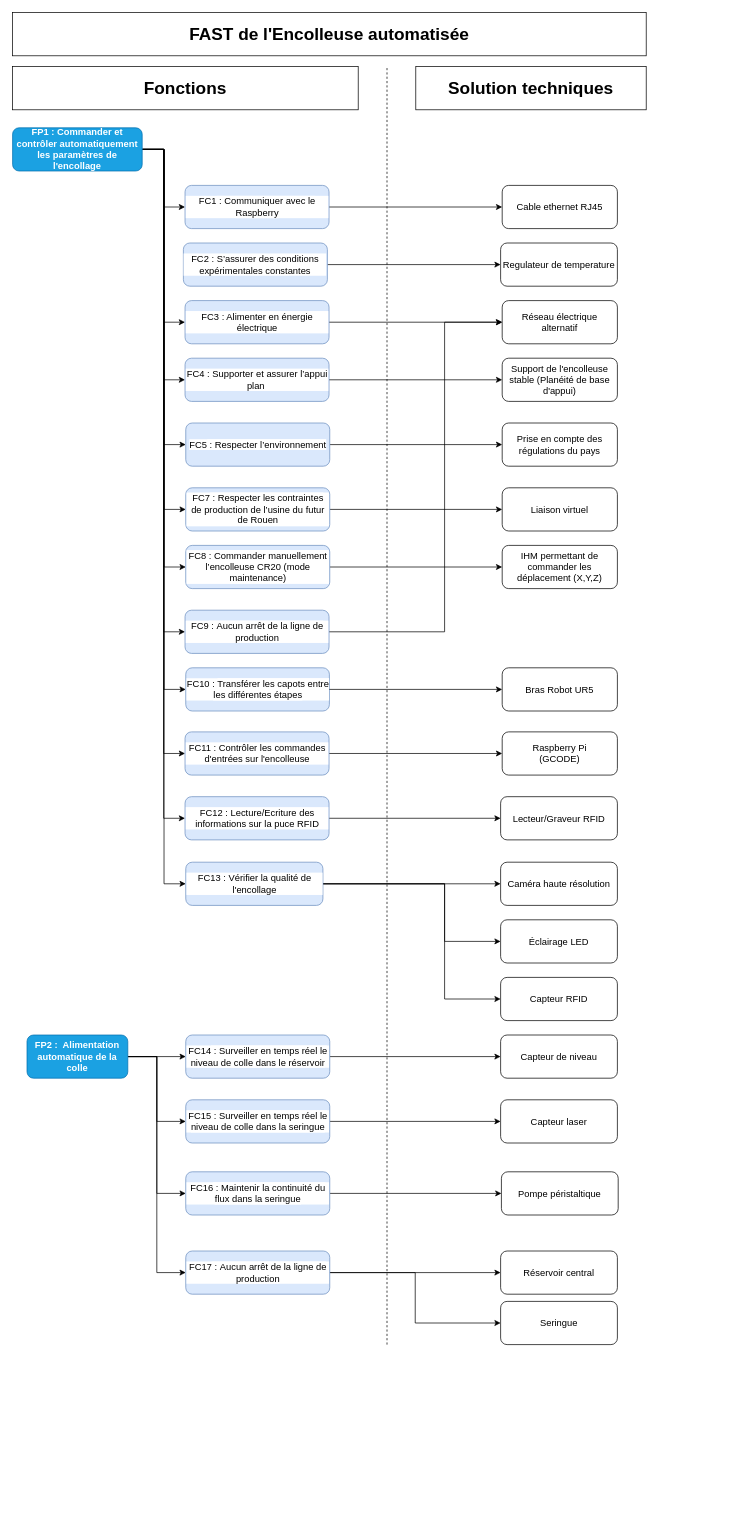
Before: FAST DIAGRAM/Diagramme_FAST.drawio in CharifMah/Systemes_automatises, a draw.io diagram. Source tidied: cells renumbered, new cells numbered last; positions are measured from the earlier drawing's top-left corner, leaving out a move shared by most shapes. Both pictures are drawn from the tidied source at 72%, with x=0, y=0 at pixel (12, 12).
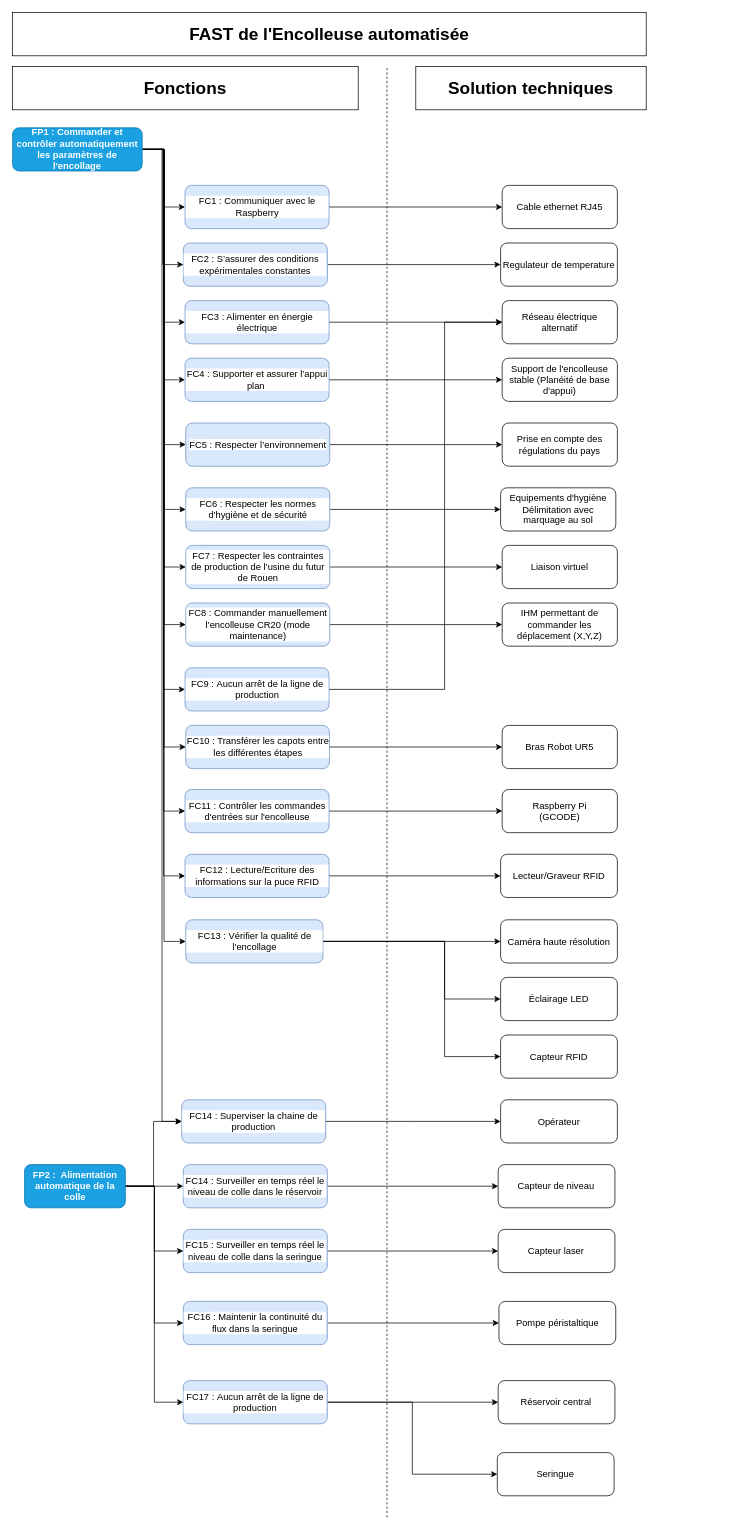
After the change.

Commit message (it also covers changes not shown here):
Mettre à jour Diagramme_FAST.drawio

The change refers to these unchanged cells:
```xml
<mxCell id="5" value="&lt;font&gt;FC2 :&amp;nbsp;S’assurer des conditions expérimentales constantes&lt;/font&gt;" style="rounded=1;whiteSpace=wrap;html=1;labelBackgroundColor=default;labelBorderColor=none;textShadow=0;fillColor=#dae8fc;strokeColor=#6c8ebf;fontFamily=Helvetica;fontSize=13;fontStyle=0;" parent="1" vertex="1">
  <mxGeometry x="237.2" y="320" width="200" height="60" as="geometry" />
</mxCell>
<mxCell id="17" value="&lt;span&gt;&lt;font style=&quot;color: light-dark(rgb(255, 255, 255), rgb(0, 0, 0));&quot;&gt;FP1 : Commander et contrôler automatiquement les paramètres de l'encollage&lt;/font&gt;&lt;/span&gt;" style="rounded=1;whiteSpace=wrap;html=1;fillColor=#1ba1e2;fontColor=#ffffff;strokeColor=#006EAF;fontFamily=Helvetica;fontSize=13;fontStyle=1;" parent="1" vertex="1">
  <mxGeometry y="160" width="180" height="60" as="geometry" />
</mxCell>
<mxCell id="43" value="Réseau électrique alternatif" style="rounded=1;whiteSpace=wrap;html=1;fontSize=13;fontStyle=0;" parent="1" vertex="1">
  <mxGeometry x="680" y="400" width="160" height="60" as="geometry" />
</mxCell>
```

Change to the diagram source:
```diff
@@
     <mxCell id="3" value="&lt;span&gt;FC11 : Contrôler les commandes d'entrées sur l'encolleuse&lt;/span&gt;" style="rounded=1;whiteSpace=wrap;html=1;labelBackgroundColor=default;labelBorderColor=none;textShadow=0;fillColor=#dae8fc;strokeColor=#6c8ebf;fontFamily=Helvetica;fontSize=13;fontStyle=0;" parent="1" vertex="1">
-      <mxGeometry x="239.5" y="999" width="200" height="60" as="geometry" />
+      <mxGeometry x="239.5" y="1079" width="200" height="60" as="geometry" />
     </mxCell>
@@
+    <mxCell id="77" style="edgeStyle=orthogonalEdgeStyle;rounded=0;jettySize=auto;html=1;entryX=0;entryY=0.5;entryDx=0;entryDy=0;" parent="1" edge="1" source="17" target="82">
+      <mxGeometry relative="1" as="geometry" />
+    </mxCell>
+    <mxCell id="78" style="edgeStyle=orthogonalEdgeStyle;rounded=0;jettySize=auto;html=1;entryX=0;entryY=0.5;entryDx=0;entryDy=0;" parent="1" edge="1" source="17" target="5">
+      <mxGeometry relative="1" as="geometry" />
+    </mxCell>
+    <mxCell id="79" style="edgeStyle=orthogonalEdgeStyle;rounded=0;jettySize=auto;html=1;entryX=0;entryY=0.5;entryDx=0;entryDy=0;" parent="1" edge="1" source="17" target="85">
+      <mxGeometry relative="1" as="geometry" />
+    </mxCell>
@@
     <mxCell id="21" value="Raspberry Pi&lt;div&gt;(GCODE)&lt;/div&gt;" style="rounded=1;whiteSpace=wrap;html=1;fontFamily=Helvetica;fontSize=13;fontStyle=0;" parent="1" vertex="1">
-      <mxGeometry x="680" y="999" width="160" height="60" as="geometry" />
+      <mxGeometry x="680" y="1079" width="160" height="60" as="geometry" />
     </mxCell>
     <mxCell id="22" value="Capteur de niveau" style="rounded=1;whiteSpace=wrap;html=1;fontFamily=Helvetica;fontSize=13;" parent="1" vertex="1">
-      <mxGeometry x="677.8" y="1420" width="162.2" height="60" as="geometry" />
+      <mxGeometry x="674.4" y="1600" width="162.2" height="60" as="geometry" />
     </mxCell>
@@
     <mxCell id="24" value="Bras Robot UR5" style="rounded=1;whiteSpace=wrap;html=1;fontFamily=Helvetica;fontSize=13;fontStyle=0;" parent="1" vertex="1">
-      <mxGeometry x="680" y="910" width="160" height="60" as="geometry" />
+      <mxGeometry x="680" y="990" width="160" height="60" as="geometry" />
     </mxCell>
     <mxCell id="25" value="Réservoir central" style="rounded=1;whiteSpace=wrap;html=1;fontFamily=Helvetica;fontSize=13;" parent="1" vertex="1">
-      <mxGeometry x="677.8" y="1720" width="162.2" height="60" as="geometry" />
+      <mxGeometry x="674.4" y="1900" width="162.2" height="60" as="geometry" />
     </mxCell>
     <mxCell id="26" value="Pompe péristaltique" style="rounded=1;whiteSpace=wrap;html=1;fontFamily=Helvetica;fontSize=13;" parent="1" vertex="1">
-      <mxGeometry x="678.9" y="1610" width="162.2" height="60" as="geometry" />
+      <mxGeometry x="675.5" y="1790" width="162.2" height="60" as="geometry" />
     </mxCell>
@@
     <mxCell id="28" style="edgeStyle=orthogonalEdgeStyle;rounded=0;jettySize=auto;html=1;entryX=0;entryY=0.5;entryDx=0;entryDy=0;fontFamily=Helvetica;fontSize=13;fontStyle=0;" parent="1" edge="1" source="30" target="32">
       <mxGeometry relative="1" as="geometry">
         <Array as="points">
-          <mxPoint x="600" y="1210" />
           <mxPoint x="600" y="1290" />
+          <mxPoint x="600" y="1370" />
         </Array>
       </mxGeometry>
     </mxCell>
     <mxCell id="29" style="edgeStyle=orthogonalEdgeStyle;rounded=0;jettySize=auto;html=1;entryX=0;entryY=0.5;entryDx=0;entryDy=0;fontSize=13;fontStyle=0;" parent="1" edge="1" source="30" target="65">
       <mxGeometry relative="1" as="geometry">
         <Array as="points">
-          <mxPoint x="600" y="1210" />
-          <mxPoint x="600" y="1370" />
+          <mxPoint x="600" y="1290" />
+          <mxPoint x="600" y="1450" />
         </Array>
       </mxGeometry>
     </mxCell>
     <mxCell id="30" value="&lt;span&gt;FC13 : Vérifier la qualité de l'encollage&lt;/span&gt;" style="rounded=1;whiteSpace=wrap;html=1;labelBackgroundColor=default;labelBorderColor=none;textShadow=0;fillColor=#dae8fc;strokeColor=#6c8ebf;fontFamily=Helvetica;fontSize=13;fontStyle=0;" parent="1" vertex="1">
-      <mxGeometry x="240.5" y="1180" width="190.5" height="60" as="geometry" />
+      <mxGeometry x="240.5" y="1260" width="190.5" height="60" as="geometry" />
     </mxCell>
     <mxCell id="31" value="Caméra haute résolution" style="rounded=1;whiteSpace=wrap;html=1;fontFamily=Helvetica;fontSize=13;fontStyle=0;" parent="1" vertex="1">
-      <mxGeometry x="677.8" y="1180" width="162.2" height="60" as="geometry" />
+      <mxGeometry x="677.8" y="1260" width="162.2" height="60" as="geometry" />
     </mxCell>
     <mxCell id="32" value="Éclairage LED" style="rounded=1;whiteSpace=wrap;html=1;fontFamily=Helvetica;fontSize=13;fontStyle=0;" parent="1" vertex="1">
-      <mxGeometry x="677.8" y="1260" width="162.2" height="60" as="geometry" />
+      <mxGeometry x="677.8" y="1340" width="162.2" height="60" as="geometry" />
     </mxCell>
@@
+    <mxCell id="80" style="edgeStyle=orthogonalEdgeStyle;rounded=0;jettySize=auto;html=1;entryX=0;entryY=0.5;entryDx=0;entryDy=0;" parent="1" edge="1" source="37" target="85">
+      <mxGeometry relative="1" as="geometry" />
+    </mxCell>
     <mxCell id="37" value="&lt;span&gt;&lt;font style=&quot;color: rgb(255, 255, 255);&quot;&gt;FP2 :&amp;nbsp; Alimentation automatique de la colle&lt;/font&gt;&lt;/span&gt;" style="rounded=1;whiteSpace=wrap;html=1;fillColor=#1ba1e2;fontColor=#ffffff;strokeColor=#006EAF;fontFamily=Helvetica;fontSize=13;fontStyle=1;" parent="1" vertex="1">
-      <mxGeometry x="20" y="1420" width="140" height="60" as="geometry" />
+      <mxGeometry x="16.6" y="1600" width="140" height="60" as="geometry" />
     </mxCell>
@@
     <mxCell id="44" value="&lt;font&gt;FC10 :&amp;nbsp;&lt;/font&gt;&lt;span style=&quot;background-color: light-dark(#ffffff, var(--ge-dark-color, #121212)); color: light-dark(rgb(0, 0, 0), rgb(255, 255, 255));&quot;&gt;Transférer les capots entre les différentes étapes&lt;/span&gt;" style="rounded=1;whiteSpace=wrap;html=1;labelBackgroundColor=default;labelBorderColor=none;textShadow=0;fillColor=#dae8fc;strokeColor=#6c8ebf;fontFamily=Helvetica;fontSize=13;fontStyle=0;" parent="1" vertex="1">
-      <mxGeometry x="240.5" y="910" width="199.5" height="60" as="geometry" />
+      <mxGeometry x="240.5" y="990" width="199.5" height="60" as="geometry" />
     </mxCell>
@@
     <mxCell id="53" value="&lt;div&gt;&lt;font&gt;FC7&lt;/font&gt;&lt;span style=&quot;color: light-dark(rgb(0, 0, 0), rgb(255, 255, 255)); background-color: light-dark(#ffffff, var(--ge-dark-color, #121212));&quot;&gt;&amp;nbsp;:&amp;nbsp;&lt;/span&gt;&lt;span style=&quot;color: light-dark(rgb(0, 0, 0), rgb(255, 255, 255)); background-color: light-dark(#ffffff, var(--ge-dark-color, #121212));&quot;&gt;Respecter les contraintes de production de l’usine du futur de Rouen&lt;/span&gt;&lt;/div&gt;" style="rounded=1;whiteSpace=wrap;html=1;labelBackgroundColor=default;labelBorderColor=none;textShadow=0;fillColor=#dae8fc;strokeColor=#6c8ebf;fontFamily=Helvetica;fontSize=13;fontStyle=0;" parent="1" vertex="1">
-      <mxGeometry x="240.5" y="660" width="200" height="60" as="geometry" />
+      <mxGeometry x="240.5" y="740" width="200" height="60" as="geometry" />
     </mxCell>
     <mxCell id="54" value="Liaison virtuel" style="rounded=1;whiteSpace=wrap;html=1;fontSize=13;fontStyle=0;" parent="1" vertex="1">
-      <mxGeometry x="680" y="660" width="160" height="60" as="geometry" />
+      <mxGeometry x="680" y="740" width="160" height="60" as="geometry" />
     </mxCell>
@@
     <mxCell id="56" value="&lt;div&gt;&lt;font&gt;FC8&lt;/font&gt;&lt;span style=&quot;background-color: light-dark(#ffffff, var(--ge-dark-color, #121212)); color: light-dark(rgb(0, 0, 0), rgb(255, 255, 255));&quot;&gt;&amp;nbsp;:&amp;nbsp;&lt;/span&gt;&lt;span style=&quot;background-color: light-dark(#ffffff, var(--ge-dark-color, #121212));&quot;&gt;Commander manuellement l’encolleuse CR20 (mode maintenance)&lt;/span&gt;&lt;/div&gt;" style="rounded=1;whiteSpace=wrap;html=1;labelBackgroundColor=default;labelBorderColor=none;textShadow=0;fillColor=#dae8fc;strokeColor=#6c8ebf;fontFamily=Helvetica;fontSize=13;fontStyle=0;" parent="1" vertex="1">
-      <mxGeometry x="240.5" y="740" width="200" height="60" as="geometry" />
+      <mxGeometry x="240.5" y="820" width="200" height="60" as="geometry" />
     </mxCell>
     <mxCell id="57" value="IHM permettant de commander les déplacement (X,Y,Z)" style="rounded=1;whiteSpace=wrap;html=1;fontFamily=Helvetica;fontSize=13;fontStyle=0;" parent="1" vertex="1">
-      <mxGeometry x="680" y="740" width="160" height="60" as="geometry" />
+      <mxGeometry x="680" y="820" width="160" height="60" as="geometry" />
     </mxCell>
     <mxCell id="58" style="edgeStyle=orthogonalEdgeStyle;rounded=0;jettySize=auto;html=1;entryX=0;entryY=0.5;entryDx=0;entryDy=0;exitX=1;exitY=0.5;exitDx=0;exitDy=0;fontSize=13;fontStyle=0;" parent="1" edge="1" source="59" target="43">
       <mxGeometry relative="1" as="geometry">
         <Array as="points">
-          <mxPoint x="600" y="860" />
+          <mxPoint x="600" y="940" />
           <mxPoint x="600" y="430" />
         </Array>
       </mxGeometry>
     </mxCell>
     <mxCell id="59" value="&lt;div&gt;&lt;font&gt;FC9&lt;/font&gt;&lt;span style=&quot;color: light-dark(rgb(0, 0, 0), rgb(255, 255, 255)); background-color: light-dark(#ffffff, var(--ge-dark-color, #121212));&quot;&gt;&amp;nbsp;:&amp;nbsp;&lt;/span&gt;&lt;span style=&quot;color: light-dark(rgb(0, 0, 0), rgb(255, 255, 255)); background-color: light-dark(#ffffff, var(--ge-dark-color, #121212));&quot;&gt;Aucun arrêt de la ligne de production&lt;/span&gt;&lt;/div&gt;" style="rounded=1;whiteSpace=wrap;html=1;labelBackgroundColor=default;labelBorderColor=none;textShadow=0;fillColor=#dae8fc;strokeColor=#6c8ebf;fontFamily=Helvetica;fontSize=13;fontStyle=0;" parent="1" vertex="1">
-      <mxGeometry x="239.5" y="830" width="200" height="60" as="geometry" />
+      <mxGeometry x="239.5" y="910" width="200" height="60" as="geometry" />
     </mxCell>
@@
-    <mxCell id="61" style="edgeStyle=orthogonalEdgeStyle;rounded=0;jettySize=auto;html=1;entryX=0;entryY=0.5;entryDx=0;entryDy=0;fontSize=13;" parent="1" edge="1" source="62" target="63">
+    <mxCell id="61" style="edgeStyle=orthogonalEdgeStyle;rounded=0;jettySize=auto;html=1;entryX=0;entryY=0.5;entryDx=0;entryDy=0;" parent="1" edge="1" source="62" target="63">
       <mxGeometry relative="1" as="geometry" />
     </mxCell>
     <mxCell id="62" value="&lt;div&gt;&lt;font&gt;FC17&lt;/font&gt;&lt;span style=&quot;color: light-dark(rgb(0, 0, 0), rgb(255, 255, 255)); background-color: light-dark(#ffffff, var(--ge-dark-color, #121212));&quot;&gt;&amp;nbsp;:&amp;nbsp;&lt;/span&gt;&lt;span style=&quot;color: light-dark(rgb(0, 0, 0), rgb(255, 255, 255)); background-color: light-dark(#ffffff, var(--ge-dark-color, #121212));&quot;&gt;Aucun arrêt de la ligne de production&lt;/span&gt;&lt;/div&gt;" style="rounded=1;whiteSpace=wrap;html=1;labelBackgroundColor=default;labelBorderColor=none;textShadow=0;fillColor=#dae8fc;strokeColor=#6c8ebf;fontFamily=Helvetica;fontSize=13;" parent="1" vertex="1">
-      <mxGeometry x="240.5" y="1720" width="200" height="60" as="geometry" />
+      <mxGeometry x="237.1" y="1900" width="200" height="60" as="geometry" />
     </mxCell>
     <mxCell id="63" value="Seringue" style="rounded=1;whiteSpace=wrap;html=1;fontFamily=Helvetica;fontSize=13;" parent="1" vertex="1">
-      <mxGeometry x="677.8" y="1790" width="162.2" height="60" as="geometry" />
+      <mxGeometry x="673.2" y="2000" width="162.2" height="60" as="geometry" />
     </mxCell>
     <mxCell id="64" style="endArrow=none;html=1;rounded=0;dashed=1;" parent="1" edge="1">
       <mxGeometry relative="1" as="geometry">
-        <mxPoint x="520" y="1850" as="sourcePoint" />
+        <mxPoint x="520" y="2090" as="sourcePoint" />
         <mxPoint x="520" y="75" as="targetPoint" />
       </mxGeometry>
     </mxCell>
     <mxCell id="65" value="Capteur RFID" style="rounded=1;whiteSpace=wrap;html=1;fontFamily=Helvetica;fontSize=13;fontStyle=0;" parent="1" vertex="1">
-      <mxGeometry x="677.8" y="1340" width="162.2" height="60" as="geometry" />
+      <mxGeometry x="677.8" y="1420" width="162.2" height="60" as="geometry" />
     </mxCell>
@@
     <mxCell id="68" value="&lt;span&gt;FC12 : Lecture/Ecriture&amp;nbsp;&lt;/span&gt;&lt;span lang=&quot;FR&quot; style=&quot;font-family: Calibri, sans-serif;&quot;&gt;des informations&amp;nbsp;&lt;/span&gt;&lt;span&gt;sur la puce RFID&lt;/span&gt;" style="rounded=1;whiteSpace=wrap;html=1;labelBackgroundColor=default;labelBorderColor=none;textShadow=0;fillColor=#dae8fc;strokeColor=#6c8ebf;fontFamily=Helvetica;fontSize=13;fontStyle=0;" parent="1" vertex="1">
-      <mxGeometry x="239.5" y="1089" width="200" height="60" as="geometry" />
+      <mxGeometry x="239.5" y="1169" width="200" height="60" as="geometry" />
     </mxCell>
     <mxCell id="69" value="Lecteur/Graveur RFID" style="rounded=1;whiteSpace=wrap;html=1;labelBackgroundColor=default;labelBorderColor=none;textShadow=0;fontFamily=Helvetica;fontSize=13;fontStyle=0;" parent="1" vertex="1">
-      <mxGeometry x="677.8" y="1089" width="162.2" height="60" as="geometry" />
+      <mxGeometry x="677.8" y="1169" width="162.2" height="60" as="geometry" />
     </mxCell>
@@
     <mxCell id="71" value="&lt;div&gt;&lt;font&gt;FC14&lt;/font&gt;&lt;span style=&quot;color: light-dark(rgb(0, 0, 0), rgb(255, 255, 255)); background-color: light-dark(#ffffff, var(--ge-dark-color, #121212));&quot;&gt;&amp;nbsp;:&amp;nbsp;&lt;/span&gt;&lt;span style=&quot;color: light-dark(rgb(0, 0, 0), rgb(255, 255, 255)); background-color: light-dark(#ffffff, var(--ge-dark-color, #121212));&quot;&gt;Surveiller en temps réel le niveau de colle dans le réservoir&lt;/span&gt;&lt;/div&gt;" style="rounded=1;whiteSpace=wrap;html=1;labelBackgroundColor=default;labelBorderColor=none;textShadow=0;fillColor=#dae8fc;strokeColor=#6c8ebf;fontFamily=Helvetica;fontSize=13;" parent="1" vertex="1">
-      <mxGeometry x="240.5" y="1420" width="200" height="60" as="geometry" />
+      <mxGeometry x="237.1" y="1600" width="200" height="60" as="geometry" />
     </mxCell>
     <mxCell id="72" value="Capteur laser" style="rounded=1;whiteSpace=wrap;html=1;fontFamily=Helvetica;fontSize=13;" parent="1" vertex="1">
-      <mxGeometry x="677.8" y="1510" width="162.2" height="60" as="geometry" />
+      <mxGeometry x="674.4" y="1690" width="162.2" height="60" as="geometry" />
     </mxCell>
@@
     <mxCell id="74" value="&lt;div&gt;&lt;font&gt;FC15&lt;/font&gt;&lt;span style=&quot;color: light-dark(rgb(0, 0, 0), rgb(255, 255, 255)); background-color: light-dark(#ffffff, var(--ge-dark-color, #121212));&quot;&gt;&amp;nbsp;:&amp;nbsp;&lt;/span&gt;&lt;span style=&quot;color: light-dark(rgb(0, 0, 0), rgb(255, 255, 255)); background-color: light-dark(#ffffff, var(--ge-dark-color, #121212));&quot;&gt;Surveiller en temps réel le niveau de colle dans la seringue&lt;/span&gt;&lt;/div&gt;" style="rounded=1;whiteSpace=wrap;html=1;labelBackgroundColor=default;labelBorderColor=none;textShadow=0;fillColor=#dae8fc;strokeColor=#6c8ebf;fontFamily=Helvetica;fontSize=13;" parent="1" vertex="1">
-      <mxGeometry x="240.5" y="1510" width="200" height="60" as="geometry" />
+      <mxGeometry x="237.1" y="1690" width="200" height="60" as="geometry" />
     </mxCell>
@@
     <mxCell id="76" value="&lt;div&gt;&lt;font&gt;FC16&lt;/font&gt;&lt;span style=&quot;color: light-dark(rgb(0, 0, 0), rgb(255, 255, 255)); background-color: light-dark(#ffffff, var(--ge-dark-color, #121212));&quot;&gt;&amp;nbsp;: Maintenir la continuité du flux dans la seringue&lt;/span&gt;&lt;/div&gt;" style="rounded=1;whiteSpace=wrap;html=1;labelBackgroundColor=default;labelBorderColor=none;textShadow=0;fillColor=#dae8fc;strokeColor=#6c8ebf;fontFamily=Helvetica;fontSize=13;" parent="1" vertex="1">
-      <mxGeometry x="240.5" y="1610" width="200" height="60" as="geometry" />
+      <mxGeometry x="237.1" y="1790" width="200" height="60" as="geometry" />
     </mxCell>
+    <mxCell id="81" style="edgeStyle=orthogonalEdgeStyle;rounded=0;jettySize=auto;html=1;" parent="1" edge="1" source="82" target="83">
+      <mxGeometry relative="1" as="geometry" />
+    </mxCell>
+    <mxCell id="82" value="&lt;div&gt;&lt;font&gt;FC6&lt;/font&gt;&lt;span style=&quot;background-color: light-dark(#ffffff, var(--ge-dark-color, #121212)); color: light-dark(rgb(0, 0, 0), rgb(255, 255, 255));&quot;&gt;&amp;nbsp;:&amp;nbsp;Respecter les normes d'hygiène et de sécurité&lt;/span&gt;&lt;/div&gt;" style="rounded=1;whiteSpace=wrap;html=1;labelBackgroundColor=default;labelBorderColor=none;textShadow=0;fillColor=#dae8fc;strokeColor=#6c8ebf;fontFamily=Helvetica;fontSize=13;fontStyle=0;" parent="1" vertex="1">
+      <mxGeometry x="240.5" y="660" width="200" height="60" as="geometry" />
+    </mxCell>
+    <mxCell id="83" value="Equipements d'hygiène&lt;div&gt;Délimitation avec marquage au sol&lt;/div&gt;" style="rounded=1;whiteSpace=wrap;html=1;fontSize=13;fontStyle=0;" parent="1" vertex="1">
+      <mxGeometry x="677.8" y="660" width="160" height="60" as="geometry" />
+    </mxCell>
+    <mxCell id="84" style="edgeStyle=orthogonalEdgeStyle;rounded=0;jettySize=auto;html=1;" parent="1" edge="1" source="85">
+      <mxGeometry relative="1" as="geometry">
+        <mxPoint x="677.8" y="1540" as="targetPoint" />
+      </mxGeometry>
+    </mxCell>
+    <mxCell id="85" value="&lt;div&gt;&lt;font&gt;FC14&lt;/font&gt;&lt;span style=&quot;color: light-dark(rgb(0, 0, 0), rgb(255, 255, 255)); background-color: light-dark(#ffffff, var(--ge-dark-color, #121212));&quot;&gt;&amp;nbsp;:&amp;nbsp;&lt;/span&gt;&lt;span style=&quot;color: light-dark(rgb(0, 0, 0), rgb(255, 255, 255)); background-color: light-dark(#ffffff, var(--ge-dark-color, #121212));&quot;&gt;Superviser la chaine de production&lt;/span&gt;&lt;/div&gt;" style="rounded=1;whiteSpace=wrap;html=1;labelBackgroundColor=default;labelBorderColor=none;textShadow=0;fillColor=#dae8fc;strokeColor=#6c8ebf;fontFamily=Helvetica;fontSize=13;" parent="1" vertex="1">
+      <mxGeometry x="234.9" y="1510" width="200" height="60" as="geometry" />
+    </mxCell>
+    <mxCell id="86" value="Opérateur" style="rounded=1;whiteSpace=wrap;html=1;fontFamily=Helvetica;fontSize=13;fontStyle=0;" parent="1" vertex="1">
+      <mxGeometry x="677.8" y="1510" width="162.2" height="60" as="geometry" />
+    </mxCell>
```
